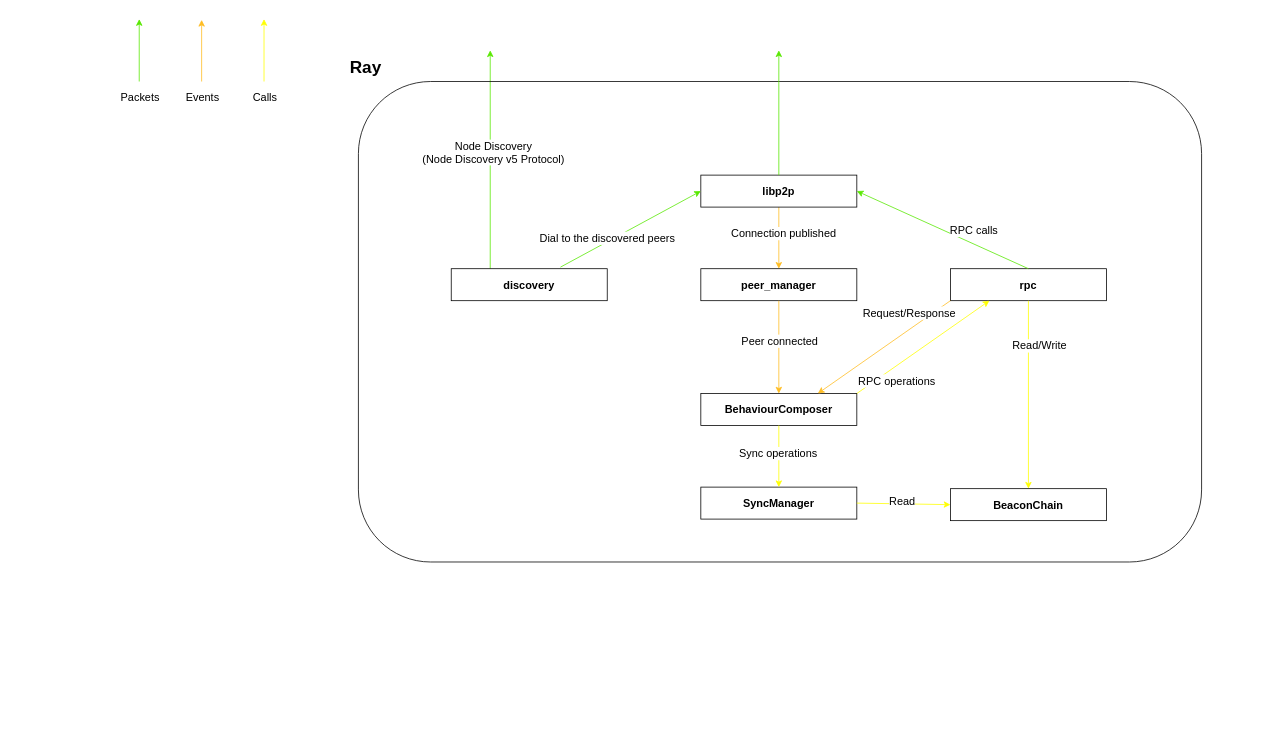
Before: diagrams/architecture.drawio in ackintosh/ray, a draw.io diagram. Source tidied: cells renumbered, new cells numbered last; positions are measured from the earlier drawing's top-left corner, leaving out a move shared by most shapes. Both pictures are drawn from the tidied source at 78%, with x=0, y=0 at pixel (139, 19).
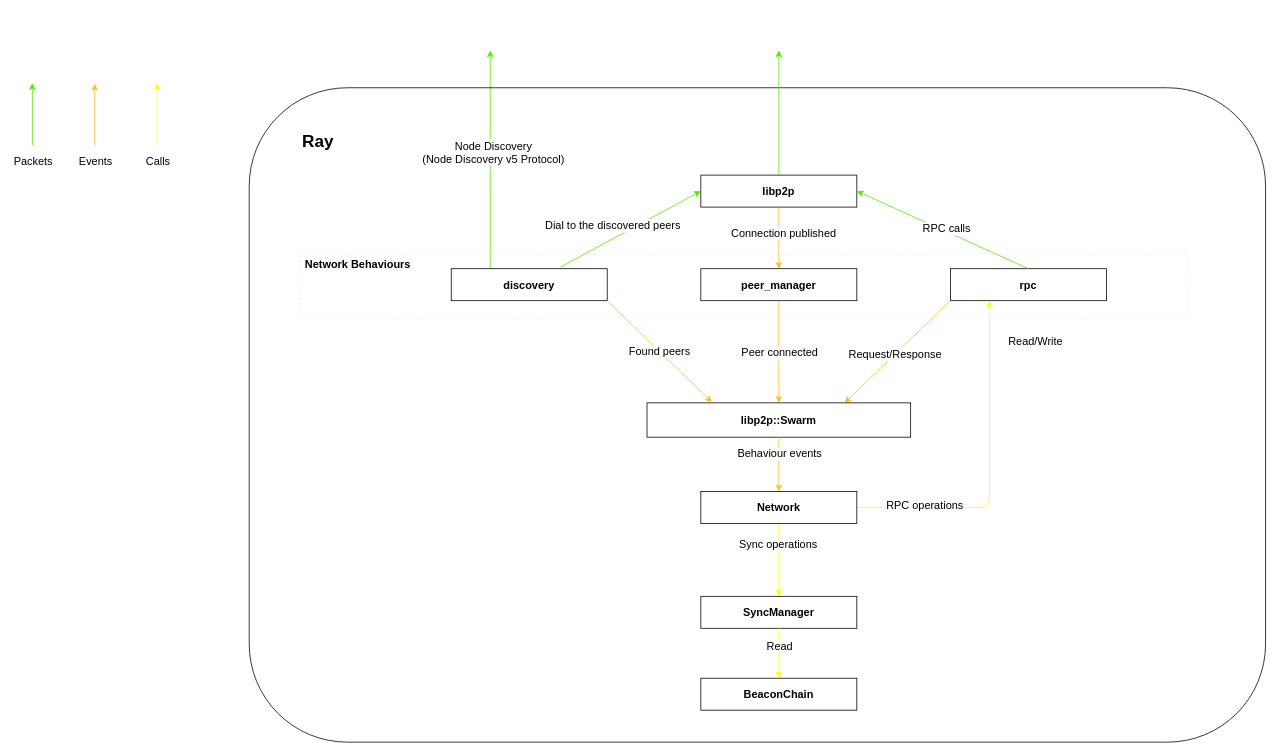
The same diagram, later.

Commit message (it also covers changes not shown here):
Upgrade diagrams

The change refers to these unchanged cells:
```xml
<mxCell id="9" value="discovery" style="rounded=0;whiteSpace=wrap;html=1;fontSize=14;fontStyle=1;" parent="1" vertex="1">
  <mxGeometry x="400" y="320" width="200" height="41" as="geometry" />
</mxCell>
<mxCell id="10" value="peer_manager" style="rounded=0;whiteSpace=wrap;html=1;fontSize=14;fontStyle=1;" parent="1" vertex="1">
  <mxGeometry x="720" y="320" width="200" height="41" as="geometry" />
</mxCell>
<mxCell id="11" value="rpc" style="rounded=0;whiteSpace=wrap;html=1;fontSize=14;fontStyle=1;" parent="1" vertex="1">
  <mxGeometry x="1040" y="320" width="200" height="41" as="geometry" />
</mxCell>
<mxCell id="15" style="endArrow=classic;html=1;fontSize=18;fillColor=#60a917;strokeColor=#58E800;exitX=0.7;exitY=-0.049;exitDx=0;exitDy=0;entryX=0;entryY=0.5;entryDx=0;entryDy=0;exitPerimeter=0;" parent="1" edge="1" source="9" target="14">
  <mxGeometry x="-470" y="-510" as="geometry" />
</mxCell>
<mxCell id="25" style="endArrow=classic;html=1;fontSize=18;fillColor=#60a917;strokeColor=#58E800;exitX=0.5;exitY=0;exitDx=0;exitDy=0;entryX=1;entryY=0.5;entryDx=0;entryDy=0;" parent="1" edge="1" source="11" target="14">
  <mxGeometry x="-460" y="-500" as="geometry" />
</mxCell>
```

The edit, as a diff of the source:
```diff
@@
+    <mxCell id="38" style="rounded=0;whiteSpace=wrap;html=1;fontSize=14;dashed=1;strokeColor=#F0F0F0;" parent="1" vertex="1">
+      <mxGeometry x="206" y="302" width="1139" height="81" as="geometry" />
+    </mxCell>
@@
     <mxCell id="4" style="endArrow=classic;html=1;fontSize=18;fillColor=#e3c800;strokeColor=#FFBC21;" parent="1" edge="1">
-      <mxGeometry x="-930" y="-1089" as="geometry">
-        <mxPoint x="80" y="80" as="sourcePoint" />
-        <mxPoint x="80" y="1" as="targetPoint" />
+      <mxGeometry x="-1067" y="-1007" as="geometry">
+        <mxPoint x="-57" y="162" as="sourcePoint" />
+        <mxPoint x="-57" y="83" as="targetPoint" />
       </mxGeometry>
     </mxCell>
@@
     <mxCell id="8" value="&lt;span style=&quot;font-size: 12px&quot;&gt;&lt;br&gt;&lt;/span&gt;" style="rounded=1;whiteSpace=wrap;html=1;fontSize=14;fillColor=none;" parent="1" vertex="1">
-      <mxGeometry x="281" y="80" width="1081" height="616" as="geometry" />
+      <mxGeometry x="141" y="88" width="1303" height="839" as="geometry" />
     </mxCell>
@@
-    <mxCell id="12" value="BehaviourComposer" style="rounded=0;whiteSpace=wrap;html=1;fontSize=14;fontStyle=1;" parent="1" vertex="1">
-      <mxGeometry x="720" y="480" width="200" height="41" as="geometry" />
-    </mxCell>
     <mxCell id="13" value="BeaconChain" style="rounded=0;whiteSpace=wrap;html=1;fontSize=14;fontStyle=1;" parent="1" vertex="1">
-      <mxGeometry x="1040" y="602" width="200" height="41" as="geometry" />
+      <mxGeometry x="720" y="845" width="200" height="41" as="geometry" />
     </mxCell>
@@
     <mxCell id="16" value="Dial to the discovered peers" style="edgeLabel;html=1;align=center;verticalAlign=middle;fontSize=14;" parent="15" vertex="1">
       <mxGeometry relative="1" as="geometry">
-        <mxPoint x="-30" y="11" as="offset" />
+        <mxPoint x="-23" y="-5" as="offset" />
       </mxGeometry>
     </mxCell>
     <mxCell id="17" style="endArrow=classic;html=1;fontSize=18;fillColor=#60a917;strokeColor=#58E800;exitX=0.25;exitY=0;exitDx=0;exitDy=0;" parent="1" edge="1">
-      <mxGeometry x="-1130" y="-690" as="geometry">
-        <mxPoint y="80" as="sourcePoint" />
-        <mxPoint as="targetPoint" />
+      <mxGeometry x="-1267" y="-608" as="geometry">
+        <mxPoint x="-137" y="162" as="sourcePoint" />
+        <mxPoint x="-137" y="82" as="targetPoint" />
       </mxGeometry>
     </mxCell>
@@
-    <mxCell id="19" style="endArrow=classic;html=1;fontSize=18;fillColor=#e3c800;strokeColor=#FFBC21;exitX=0.5;exitY=1;exitDx=0;exitDy=0;entryX=0.5;entryY=0;entryDx=0;entryDy=0;" parent="1" edge="1" source="10" target="12">
+    <mxCell id="19" style="endArrow=classic;html=1;fontSize=18;fillColor=#e3c800;strokeColor=#FFBC21;exitX=0.5;exitY=1;exitDx=0;exitDy=0;entryX=0.5;entryY=0;entryDx=0;entryDy=0;" parent="1" edge="1" source="10" target="39">
       <mxGeometry x="-285" y="360" as="geometry" />
     </mxCell>
     <mxCell id="20" value="Peer connected" style="edgeLabel;html=1;align=center;verticalAlign=middle;fontSize=14;" parent="19" vertex="1">
-      <mxGeometry relative="1" as="geometry">
-        <mxPoint y="-9" as="offset" />
-      </mxGeometry>
+      <mxGeometry relative="1" as="geometry" />
     </mxCell>
     <mxCell id="21" style="endArrow=classic;html=1;fontSize=18;strokeColor=#FFFF00;" parent="1" edge="1">
-      <mxGeometry x="-460" y="-710" as="geometry">
-        <mxPoint x="160" y="80" as="sourcePoint" />
-        <mxPoint x="160" as="targetPoint" />
+      <mxGeometry x="-597" y="-628" as="geometry">
+        <mxPoint x="23" y="162" as="sourcePoint" />
+        <mxPoint x="23" y="82" as="targetPoint" />
       </mxGeometry>
     </mxCell>
@@
-    <mxCell id="23" style="endArrow=classic;html=1;fontSize=18;strokeColor=#FFFF00;entryX=0.25;entryY=1;entryDx=0;entryDy=0;exitX=1;exitY=0;exitDx=0;exitDy=0;" parent="1" edge="1" source="12" target="11">
-      <mxGeometry x="350" y="-290" as="geometry" />
+    <mxCell id="23" style="endArrow=classic;html=1;fontSize=18;strokeColor=#FFFF00;entryX=0.25;entryY=1;entryDx=0;entryDy=0;exitX=1;exitY=0.5;exitDx=0;exitDy=0;" parent="1" edge="1" source="40" target="11">
+      <mxGeometry x="350" y="-290" as="geometry">
+        <Array as="points">
+          <mxPoint x="1090" y="626" />
+        </Array>
+      </mxGeometry>
     </mxCell>
     <mxCell id="24" value="RPC operations" style="edgeLabel;html=1;align=center;verticalAlign=middle;fontSize=14;" parent="23" vertex="1">
       <mxGeometry relative="1" as="geometry">
-        <mxPoint x="-35" y="43" as="offset" />
+        <mxPoint x="-84" y="45" as="offset" />
       </mxGeometry>
     </mxCell>
@@
     <mxCell id="26" value="RPC calls" style="edgeLabel;html=1;align=center;verticalAlign=middle;fontSize=14;" parent="25" vertex="1">
       <mxGeometry relative="1" as="geometry">
-        <mxPoint x="40" as="offset" />
+        <mxPoint x="5" y="-2" as="offset" />
       </mxGeometry>
     </mxCell>
@@
-    <mxCell id="28" style="endArrow=classic;html=1;fontSize=18;strokeColor=#FFFF00;entryX=0.5;entryY=0;entryDx=0;entryDy=0;exitX=0.5;exitY=1;exitDx=0;exitDy=0;" parent="1" edge="1" source="11" target="13">
-      <mxGeometry x="360" y="-280" as="geometry" />
-    </mxCell>
     <mxCell id="29" value="Read/Write" style="edgeLabel;html=1;align=center;verticalAlign=middle;fontSize=14;" parent="1" vertex="1">
-      <mxGeometry x="1145" y="420" as="geometry">
+      <mxGeometry x="1140" y="414" as="geometry">
         <mxPoint x="8" y="-2" as="offset" />
       </mxGeometry>
     </mxCell>
     <mxCell id="30" value="Ray" style="text;html=1;align=center;verticalAlign=middle;strokeColor=none;fillColor=none;fontSize=22;fontStyle=1;" parent="1" vertex="1">
-      <mxGeometry x="264" y="48" width="51" height="30" as="geometry" />
+      <mxGeometry x="203" y="143" width="51" height="30" as="geometry" />
     </mxCell>
-    <mxCell id="31" style="endArrow=classic;html=1;fontSize=18;fillColor=#e3c800;strokeColor=#FFBC21;exitX=0;exitY=1;exitDx=0;exitDy=0;entryX=0.75;entryY=0;entryDx=0;entryDy=0;" parent="1" edge="1" source="11" target="12">
+    <mxCell id="31" style="endArrow=classic;html=1;fontSize=18;fillColor=#e3c800;strokeColor=#FFBC21;exitX=0;exitY=1;exitDx=0;exitDy=0;entryX=0.75;entryY=0;entryDx=0;entryDy=0;" parent="1" edge="1" source="11" target="39">
       <mxGeometry x="-275" y="370" as="geometry" />
     </mxCell>
     <mxCell id="32" value="Request/Response" style="edgeLabel;html=1;align=center;verticalAlign=middle;fontSize=14;" parent="31" vertex="1">
       <mxGeometry relative="1" as="geometry">
-        <mxPoint x="32" y="-44" as="offset" />
+        <mxPoint x="-4" y="3" as="offset" />
       </mxGeometry>
     </mxCell>
     <mxCell id="33" value="SyncManager" style="rounded=0;whiteSpace=wrap;html=1;fontSize=14;fontStyle=1;" parent="1" vertex="1">
-      <mxGeometry x="720" y="600" width="200" height="41" as="geometry" />
+      <mxGeometry x="720" y="740" width="200" height="41" as="geometry" />
     </mxCell>
-    <mxCell id="34" style="endArrow=classic;html=1;fontSize=18;strokeColor=#FFFF00;exitX=0.5;exitY=1;exitDx=0;exitDy=0;" parent="1" edge="1" source="12" target="33">
-      <mxGeometry x="360" y="-280" as="geometry" />
+    <mxCell id="34" style="endArrow=classic;html=1;fontSize=18;strokeColor=#FFFF00;exitX=0.5;exitY=1;exitDx=0;exitDy=0;" parent="1" edge="1" source="40" target="33">
+      <mxGeometry x="360" y="-109.5" as="geometry" />
     </mxCell>
     <mxCell id="35" value="Sync operations" style="edgeLabel;html=1;align=center;verticalAlign=middle;fontSize=14;" parent="34" vertex="1">
       <mxGeometry relative="1" as="geometry">
-        <mxPoint x="-2" y="-5" as="offset" />
+        <mxPoint x="-2" y="-20" as="offset" />
       </mxGeometry>
     </mxCell>
-    <mxCell id="36" style="endArrow=classic;html=1;fontSize=18;strokeColor=#FFFF00;entryX=0;entryY=0.5;entryDx=0;entryDy=0;exitX=1;exitY=0.5;exitDx=0;exitDy=0;" parent="1" edge="1" source="33" target="13">
-      <mxGeometry x="370" y="-270" as="geometry" />
+    <mxCell id="36" style="endArrow=classic;html=1;fontSize=18;strokeColor=#FFFF00;entryX=0.5;entryY=0;entryDx=0;entryDy=0;exitX=0.5;exitY=1;exitDx=0;exitDy=0;" parent="1" edge="1" source="33" target="13">
+      <mxGeometry x="370" y="-130" as="geometry" />
     </mxCell>
     <mxCell id="37" value="Read" style="edgeLabel;html=1;align=center;verticalAlign=middle;fontSize=14;" parent="36" vertex="1">
       <mxGeometry relative="1" as="geometry">
-        <mxPoint x="-2" y="-3" as="offset" />
+        <mxPoint y="-10" as="offset" />
       </mxGeometry>
     </mxCell>
+    <mxCell id="39" value="&lt;b style=&quot;font-size: 12px&quot;&gt;&lt;font style=&quot;font-size: 14px&quot;&gt;libp2p::Swarm&lt;/font&gt;&lt;/b&gt;" style="rounded=0;whiteSpace=wrap;html=1;fontSize=14;fontStyle=1;" parent="1" vertex="1">
+      <mxGeometry x="651" y="492" width="338" height="44" as="geometry" />
+    </mxCell>
+    <mxCell id="40" value="Network" style="rounded=0;whiteSpace=wrap;html=1;fontSize=14;fontStyle=1;" parent="1" vertex="1">
+      <mxGeometry x="720" y="605.5" width="200" height="41" as="geometry" />
+    </mxCell>
+    <mxCell id="41" style="endArrow=classic;html=1;fontSize=18;fillColor=#e3c800;strokeColor=#FFBC21;exitX=0.5;exitY=1;exitDx=0;exitDy=0;entryX=0.5;entryY=0;entryDx=0;entryDy=0;" parent="1" edge="1" source="39" target="40">
+      <mxGeometry x="-256" y="541.5" as="geometry" />
+    </mxCell>
+    <mxCell id="42" value="Behaviour events" style="edgeLabel;html=1;align=center;verticalAlign=middle;fontSize=14;" parent="41" vertex="1">
+      <mxGeometry relative="1" as="geometry">
+        <mxPoint y="-15" as="offset" />
+      </mxGeometry>
+    </mxCell>
+    <mxCell id="43" value="Network Behaviours" style="edgeLabel;html=1;align=center;verticalAlign=middle;fontSize=14;fontStyle=1;" parent="1" vertex="1">
+      <mxGeometry x="279" y="314" as="geometry" />
+    </mxCell>
+    <mxCell id="44" style="endArrow=classic;html=1;fontSize=18;fillColor=#e3c800;strokeColor=#FFBC21;exitX=1;exitY=1;exitDx=0;exitDy=0;" parent="1" edge="1" source="9">
+      <mxGeometry x="-275" y="370" as="geometry">
+        <mxPoint x="734" y="491" as="targetPoint" />
+      </mxGeometry>
+    </mxCell>
+    <mxCell id="45" value="Found peers" style="edgeLabel;html=1;align=center;verticalAlign=middle;fontSize=14;" parent="44" vertex="1">
+      <mxGeometry relative="1" as="geometry" />
+    </mxCell>
```
